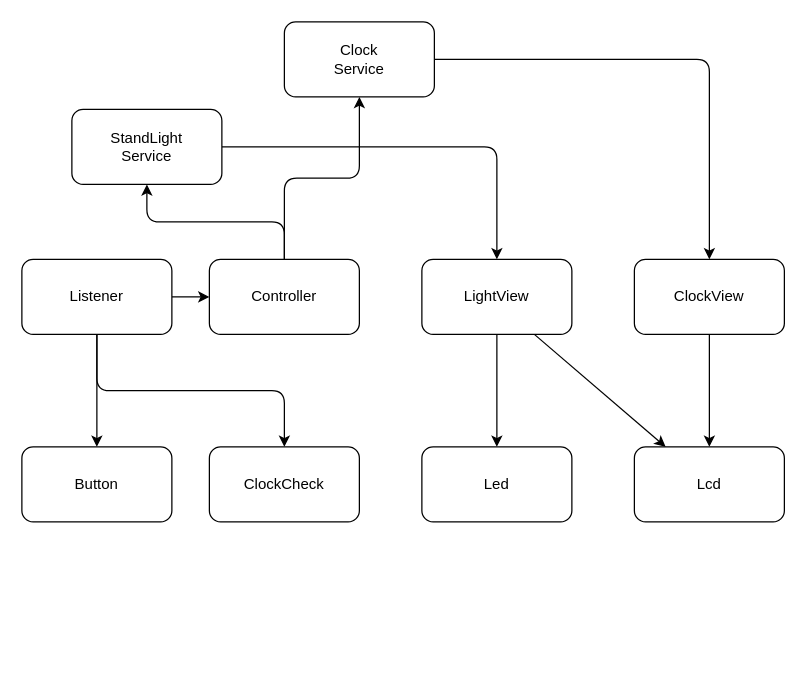
Earlier version of the draw.io diagram sw_design/sw_design.drawio (leb1973/StandLight_Distance_Temp_Humid_Motor). Source tidied: cells renumbered, new cells numbered last; positions are measured from the earlier drawing's top-left corner, leaving out a move shared by most shapes. Both pictures are drawn from the tidied source at 125%, with x=0, y=0 at pixel (21, 21).
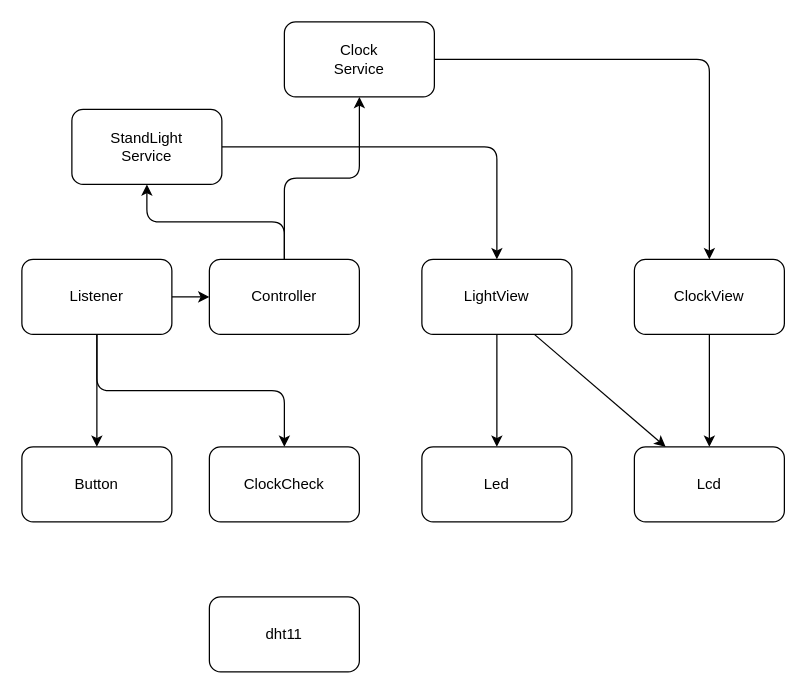
Above is the later version.

Diff of the diagram source:
```diff
@@
+    <mxCell id="22" value="dht11" style="rounded=1;whiteSpace=wrap;html=1;" parent="1" vertex="1">
+      <mxGeometry x="150" y="460" width="120" height="60" as="geometry" />
+    </mxCell>
```
